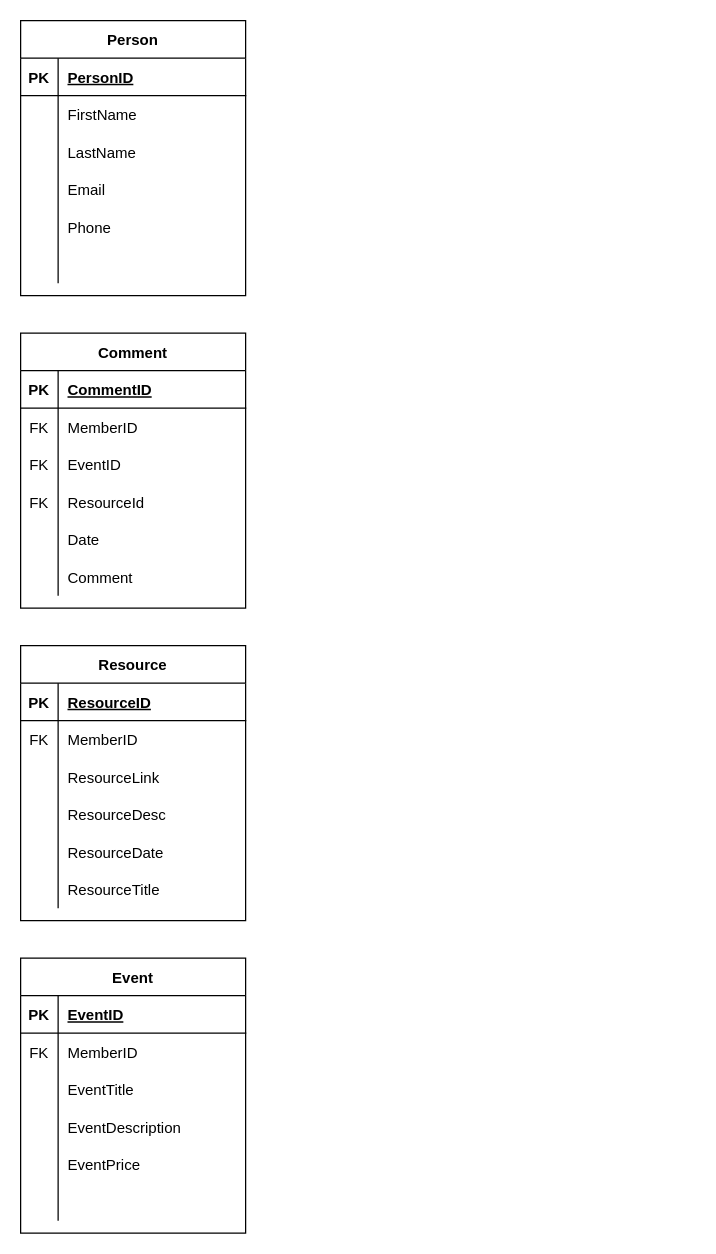
Before: Diagrams/ClimateEntityDiagram.drawio in BeartoothHiker/it-120-group-project, a draw.io diagram. Source tidied: cells renumbered, new cells numbered last; positions are measured from the earlier drawing's top-left corner, leaving out a move shared by most shapes. Both pictures are drawn from the tidied source at 125%, with x=0, y=0 at pixel (20, 20).
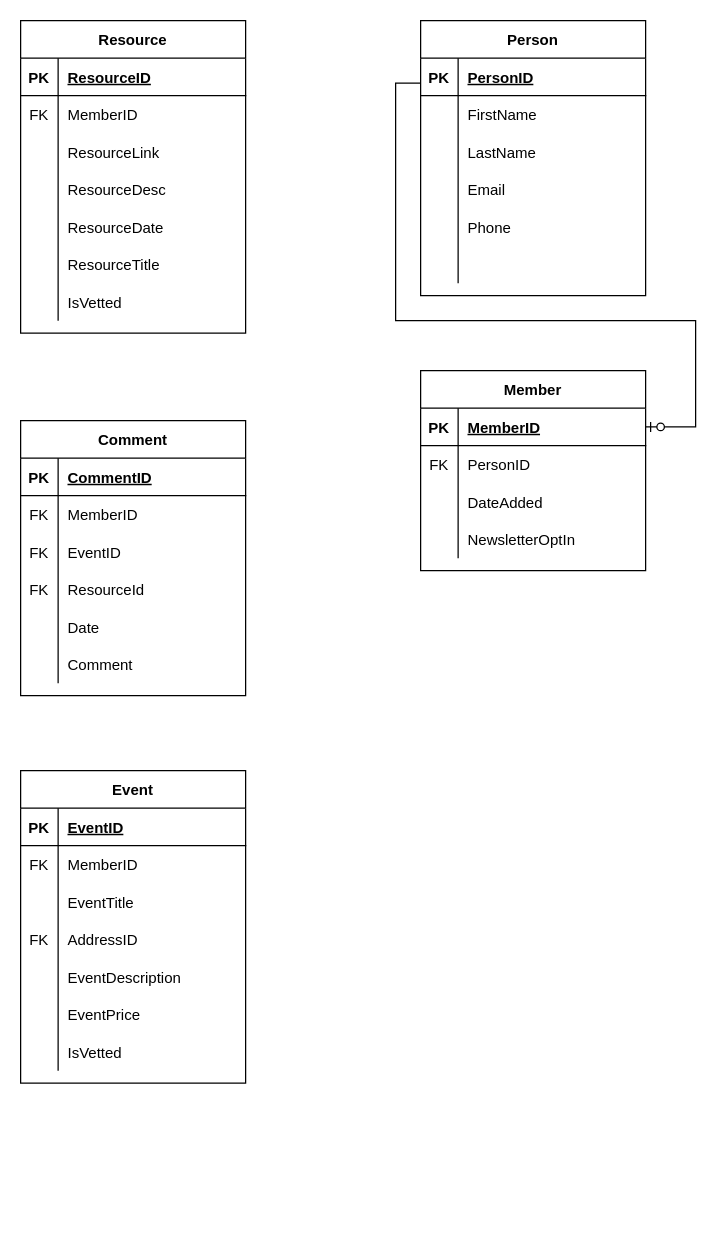
After the change.

Commit message:
Emily's tables with some connections

What changed in the source:
```diff
@@
     <mxCell id="2" value="Person" style="shape=table;startSize=30;childLayout=tableLayout;rowLines=0;fontStyle=1;align=center;" parent="1" vertex="1">
-      <mxGeometry width="180" height="220" as="geometry" />
+      <mxGeometry x="320" width="180" height="220" as="geometry" />
     </mxCell>
@@
     <mxCell id="21" value="Comment" style="shape=table;startSize=30;childLayout=tableLayout;rowLines=0;fontStyle=1;align=center;" parent="1" vertex="1">
-      <mxGeometry y="250" width="180" height="220" as="geometry" />
+      <mxGeometry y="320" width="180" height="220" as="geometry" />
     </mxCell>
@@
     <mxCell id="40" value="Resource" style="shape=table;startSize=30;childLayout=tableLayout;rowLines=0;fontStyle=1;align=center;" parent="1" vertex="1">
-      <mxGeometry y="500" width="180" height="220" as="geometry" />
+      <mxGeometry width="180" height="250" as="geometry" />
     </mxCell>
@@
+    <mxCell id="78" style="shape=partialRectangle;fillColor=none;top=0;left=0;bottom=0;right=0;" parent="40" vertex="1">
+      <mxGeometry y="210" width="180" height="30" as="geometry" />
+    </mxCell>
+    <mxCell id="79" style="shape=partialRectangle;fillColor=none;top=0;left=0;bottom=0;right=0;overflow=hidden;" parent="78" vertex="1">
+      <mxGeometry width="30" height="30" as="geometry" />
+    </mxCell>
+    <mxCell id="80" value="IsVetted" style="shape=partialRectangle;fillColor=none;top=0;left=0;bottom=0;right=0;align=left;spacingLeft=6;overflow=hidden;" parent="78" vertex="1">
+      <mxGeometry x="30" width="150" height="30" as="geometry" />
+    </mxCell>
     <mxCell id="59" value="Event" style="shape=table;startSize=30;childLayout=tableLayout;rowLines=0;fontStyle=1;align=center;" parent="1" vertex="1">
-      <mxGeometry y="750" width="180" height="220" as="geometry" />
+      <mxGeometry y="600" width="180" height="250" as="geometry" />
     </mxCell>
-    <mxCell id="60" style="shape=partialRectangle;fillColor=none;top=0;left=0;bottom=1;right=0;" parent="59" vertex="1">
-      <mxGeometry y="30" width="180" height="30" as="geometry" />
-    </mxCell>
-    <mxCell id="61" value="PK" style="shape=partialRectangle;fillColor=none;top=0;left=0;bottom=0;right=0;fontStyle=1;overflow=hidden;" parent="60" vertex="1">
-      <mxGeometry width="30" height="30" as="geometry" />
-    </mxCell>
+    <mxCell id="81" style="shape=partialRectangle;fillColor=none;top=0;left=0;bottom=1;right=0;" parent="59" vertex="1">
+      <mxGeometry y="30" width="180" height="30" as="geometry" />
+    </mxCell>
+    <mxCell id="82" value="PK" style="shape=partialRectangle;fillColor=none;top=0;left=0;bottom=0;right=0;fontStyle=1;overflow=hidden;" parent="81" vertex="1">
+      <mxGeometry width="30" height="30" as="geometry" />
+    </mxCell>
-    <mxCell id="62" value="EventID" style="shape=partialRectangle;fillColor=none;top=0;left=0;bottom=0;right=0;align=left;spacingLeft=6;fontStyle=5;overflow=hidden;" parent="60" vertex="1">
+    <mxCell id="62" value="EventID" style="shape=partialRectangle;fillColor=none;top=0;left=0;bottom=0;right=0;align=left;spacingLeft=6;fontStyle=5;overflow=hidden;" parent="81" vertex="1">
       <mxGeometry x="30" width="150" height="30" as="geometry" />
     </mxCell>
@@
+    <mxCell id="83" style="shape=partialRectangle;fillColor=none;top=0;left=0;bottom=0;right=0;" parent="59" vertex="1">
+      <mxGeometry y="120" width="180" height="30" as="geometry" />
+    </mxCell>
+    <mxCell id="84" value="FK" style="shape=partialRectangle;fillColor=none;top=0;left=0;bottom=0;right=0;fontStyle=0;overflow=hidden;" parent="83" vertex="1">
+      <mxGeometry width="30" height="30" as="geometry" />
+    </mxCell>
+    <mxCell id="85" value="AddressID" style="shape=partialRectangle;fillColor=none;top=0;left=0;bottom=0;right=0;align=left;spacingLeft=6;fontStyle=0;overflow=hidden;" parent="83" vertex="1">
+      <mxGeometry x="30" width="150" height="30" as="geometry" />
+    </mxCell>
     <mxCell id="69" style="shape=partialRectangle;fillColor=none;top=0;left=0;bottom=0;right=0;" parent="59" vertex="1">
-      <mxGeometry y="120" width="180" height="30" as="geometry" />
+      <mxGeometry y="150" width="180" height="30" as="geometry" />
     </mxCell>
@@
     <mxCell id="72" style="shape=partialRectangle;fillColor=none;top=0;left=0;bottom=0;right=0;" parent="59" vertex="1">
-      <mxGeometry y="150" width="180" height="30" as="geometry" />
+      <mxGeometry y="180" width="180" height="30" as="geometry" />
     </mxCell>
@@
-    <mxCell id="75" style="shape=partialRectangle;fillColor=none;top=0;left=0;bottom=0;right=0;" parent="59" vertex="1">
-      <mxGeometry y="180" width="180" height="30" as="geometry" />
-    </mxCell>
-    <mxCell id="76" style="shape=partialRectangle;fillColor=none;top=0;left=0;bottom=0;right=0;overflow=hidden;" parent="75" vertex="1">
-      <mxGeometry width="30" height="30" as="geometry" />
-    </mxCell>
-    <mxCell id="77" style="shape=partialRectangle;fillColor=none;top=0;left=0;bottom=0;right=0;align=left;spacingLeft=6;overflow=hidden;" parent="75" vertex="1">
-      <mxGeometry x="30" width="150" height="30" as="geometry" />
-    </mxCell>
+    <mxCell id="86" style="shape=partialRectangle;fillColor=none;top=0;left=0;bottom=0;right=0;" parent="59" vertex="1">
+      <mxGeometry y="210" width="180" height="30" as="geometry" />
+    </mxCell>
+    <mxCell id="87" style="shape=partialRectangle;fillColor=none;top=0;left=0;bottom=0;right=0;overflow=hidden;" parent="86" vertex="1">
+      <mxGeometry width="30" height="30" as="geometry" />
+    </mxCell>
+    <mxCell id="88" value="IsVetted" style="shape=partialRectangle;fillColor=none;top=0;left=0;bottom=0;right=0;align=left;spacingLeft=6;overflow=hidden;" parent="86" vertex="1">
+      <mxGeometry x="30" width="150" height="30" as="geometry" />
+    </mxCell>
+    <mxCell id="89" value="Member" style="shape=table;startSize=30;childLayout=tableLayout;rowLines=0;fontStyle=1;align=center;" parent="1" vertex="1">
+      <mxGeometry x="320" y="280" width="180" height="160" as="geometry" />
+    </mxCell>
+    <mxCell id="90" style="shape=partialRectangle;fillColor=none;top=0;left=0;bottom=1;right=0;points=[[0,0.5],[1,0.5]];portConstraint=eastwest;" parent="89" vertex="1">
+      <mxGeometry y="30" width="180" height="30" as="geometry" />
+    </mxCell>
+    <mxCell id="91" value="PK" style="shape=partialRectangle;fillColor=none;top=0;left=0;bottom=0;right=0;fontStyle=1;overflow=hidden;" parent="90" vertex="1">
+      <mxGeometry width="30" height="30" as="geometry" />
+    </mxCell>
+    <mxCell id="92" value="MemberID" style="shape=partialRectangle;fillColor=none;top=0;left=0;bottom=0;right=0;align=left;spacingLeft=6;fontStyle=5;overflow=hidden;" parent="90" vertex="1">
+      <mxGeometry x="30" width="150" height="30" as="geometry" />
+    </mxCell>
+    <mxCell id="93" style="shape=partialRectangle;fillColor=none;top=0;left=0;bottom=0;right=0;" parent="89" vertex="1">
+      <mxGeometry y="60" width="180" height="30" as="geometry" />
+    </mxCell>
+    <mxCell id="94" value="FK" style="shape=partialRectangle;fillColor=none;top=0;left=0;bottom=0;right=0;fontStyle=0;overflow=hidden;" parent="93" vertex="1">
+      <mxGeometry width="30" height="30" as="geometry" />
+    </mxCell>
+    <mxCell id="95" value="PersonID" style="shape=partialRectangle;fillColor=none;top=0;left=0;bottom=0;right=0;align=left;spacingLeft=6;fontStyle=0;overflow=hidden;" parent="93" vertex="1">
+      <mxGeometry x="30" width="150" height="30" as="geometry" />
+    </mxCell>
+    <mxCell id="96" style="shape=partialRectangle;fillColor=none;top=0;left=0;bottom=0;right=0;" parent="89" vertex="1">
+      <mxGeometry y="90" width="180" height="30" as="geometry" />
+    </mxCell>
+    <mxCell id="97" style="shape=partialRectangle;fillColor=none;top=0;left=0;bottom=0;right=0;overflow=hidden;" parent="96" vertex="1">
+      <mxGeometry width="30" height="30" as="geometry" />
+    </mxCell>
+    <mxCell id="98" value="DateAdded" style="shape=partialRectangle;fillColor=none;top=0;left=0;bottom=0;right=0;align=left;spacingLeft=6;overflow=hidden;" parent="96" vertex="1">
+      <mxGeometry x="30" width="150" height="30" as="geometry" />
+    </mxCell>
+    <mxCell id="99" style="shape=partialRectangle;fillColor=none;top=0;left=0;bottom=0;right=0;" parent="89" vertex="1">
+      <mxGeometry y="120" width="180" height="30" as="geometry" />
+    </mxCell>
+    <mxCell id="100" style="shape=partialRectangle;fillColor=none;top=0;left=0;bottom=0;right=0;overflow=hidden;" parent="99" vertex="1">
+      <mxGeometry width="30" height="30" as="geometry" />
+    </mxCell>
+    <mxCell id="101" value="NewsletterOptIn" style="shape=partialRectangle;fillColor=none;top=0;left=0;bottom=0;right=0;align=left;spacingLeft=6;overflow=hidden;" parent="99" vertex="1">
+      <mxGeometry x="30" width="150" height="30" as="geometry" />
+    </mxCell>
+    <mxCell id="102" style="edgeStyle=orthogonalEdgeStyle;fontSize=12;html=1;endArrow=ERzeroToOne;endFill=1;rounded=0;elbow=vertical;entryX=1;entryY=0.5;entryDx=0;entryDy=0;" parent="1" edge="1" target="90">
+      <mxGeometry relative="1" as="geometry">
+        <mxPoint x="320" y="50" as="sourcePoint" />
+        <Array as="points">
+          <mxPoint x="300" y="50" />
+          <mxPoint x="300" y="240" />
+          <mxPoint x="540" y="240" />
+          <mxPoint x="540" y="325" />
+        </Array>
+      </mxGeometry>
+    </mxCell>
```
